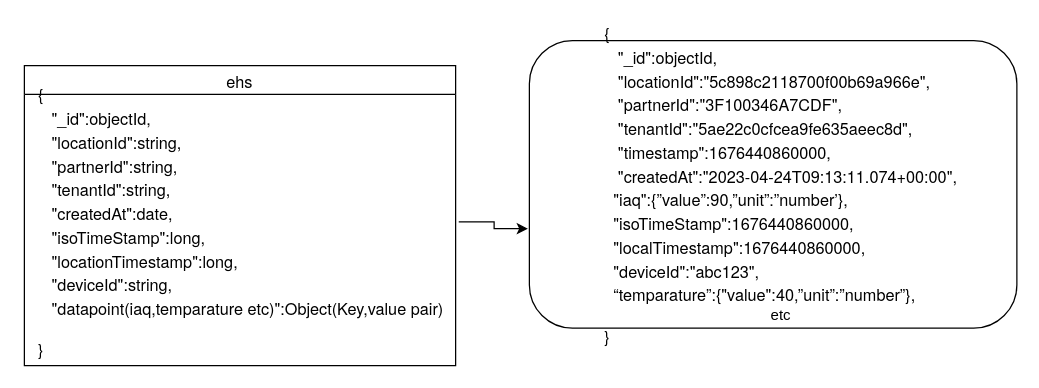
Before: src/main/java/com/wesco/model/Data model for wynd.drawio in wesco-chandanabuduru/common-entities, a draw.io diagram. Source tidied: cells renumbered, new cells numbered last; positions are measured from the earlier drawing's top-left corner, leaving out a move shared by most shapes. Both pictures are drawn from the tidied source at 125%, with x=0, y=0 at pixel (21, 34).
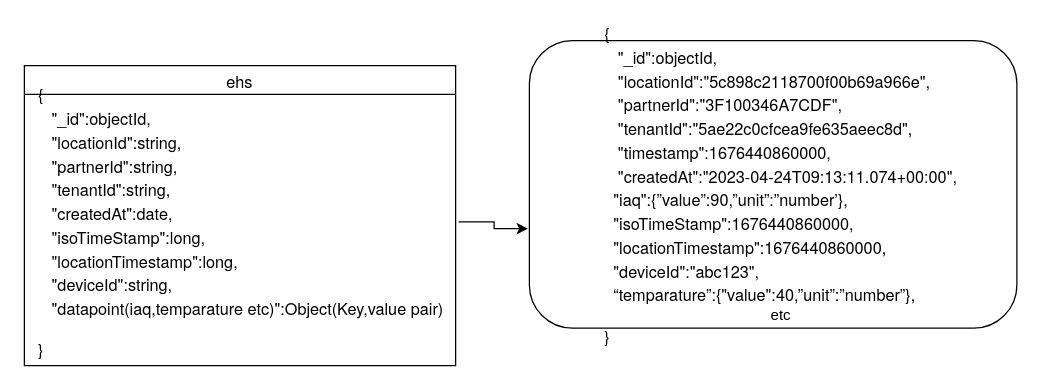
Above is the later version.

Change to the diagram source:
```diff
@@
 <mxGraphModel>
   <root>
     <mxCell id="0" />
     <mxCell id="1" parent="0" />
     <mxCell id="2" value="&lt;p style=&quot;margin: 0px; font-variant-numeric: normal; font-variant-east-asian: normal; font-variant-alternates: normal; font-kerning: auto; font-optical-sizing: auto; font-feature-settings: normal; font-variation-settings: normal; font-weight: 400; font-stretch: normal; font-size: 13px; line-height: normal; font-family: &amp;quot;Helvetica Neue&amp;quot;; text-align: start;&quot; class=&quot;p1&quot;&gt;ehs&lt;/p&gt;" style="swimlane;whiteSpace=wrap;html=1;" parent="1" vertex="1">
       <mxGeometry x="2" y="25" width="345" height="240" as="geometry" />
     </mxCell>
     <mxCell id="3" style="rounded=1;whiteSpace=wrap;html=1;" parent="1" vertex="1">
       <mxGeometry x="406" y="5" width="390" height="230" as="geometry" />
     </mxCell>
-    <mxCell id="4" value="&lt;p style=&quot;border-color: var(--border-color); font-variant-numeric: normal; font-variant-east-asian: normal; font-variant-alternates: normal; font-kerning: auto; font-optical-sizing: auto; font-feature-settings: normal; font-variation-settings: normal; font-stretch: normal; font-size: 13px; line-height: normal; font-family: &amp;quot;Helvetica Neue&amp;quot;; margin: 0px; text-align: start;&quot; class=&quot;p1&quot;&gt;{&lt;/p&gt;&lt;p style=&quot;border-color: var(--border-color); font-variant-numeric: normal; font-variant-east-asian: normal; font-variant-alternates: normal; font-kerning: auto; font-optical-sizing: auto; font-feature-settings: normal; font-variation-settings: normal; font-stretch: normal; font-size: 13px; line-height: normal; font-family: &amp;quot;Helvetica Neue&amp;quot;; margin: 0px; text-align: start;&quot; class=&quot;p1&quot;&gt;&amp;nbsp;&amp;nbsp; &quot;_id&quot;:objectId,&lt;/p&gt;&lt;p style=&quot;border-color: var(--border-color); font-variant-numeric: normal; font-variant-east-asian: normal; font-variant-alternates: normal; font-kerning: auto; font-optical-sizing: auto; font-feature-settings: normal; font-variation-settings: normal; font-stretch: normal; font-size: 13px; line-height: normal; font-family: &amp;quot;Helvetica Neue&amp;quot;; margin: 0px; text-align: start;&quot; class=&quot;p1&quot;&gt;&amp;nbsp;&amp;nbsp;&amp;nbsp;&quot;locationId&quot;:&quot;5c898c2118700f00b69a966e&quot;,&lt;/p&gt;&lt;p style=&quot;border-color: var(--border-color); font-variant-numeric: normal; font-variant-east-asian: normal; font-variant-alternates: normal; font-kerning: auto; font-optical-sizing: auto; font-feature-settings: normal; font-variation-settings: normal; font-stretch: normal; font-size: 13px; line-height: normal; font-family: &amp;quot;Helvetica Neue&amp;quot;; margin: 0px; text-align: start;&quot; class=&quot;p1&quot;&gt;&lt;span style=&quot;border-color: var(--border-color);&quot; class=&quot;Apple-converted-space&quot;&gt;&amp;nbsp;&amp;nbsp;&amp;nbsp;&lt;/span&gt;&quot;partnerId&quot;:&quot;3F100346A7CDF&quot;,&lt;/p&gt;&lt;p style=&quot;border-color: var(--border-color); font-variant-numeric: normal; font-variant-east-asian: normal; font-variant-alternates: normal; font-kerning: auto; font-optical-sizing: auto; font-feature-settings: normal; font-variation-settings: normal; font-stretch: normal; font-size: 13px; line-height: normal; font-family: &amp;quot;Helvetica Neue&amp;quot;; margin: 0px; text-align: start;&quot; class=&quot;p1&quot;&gt;&lt;span style=&quot;border-color: var(--border-color);&quot; class=&quot;Apple-converted-space&quot;&gt;&amp;nbsp;&amp;nbsp;&amp;nbsp;&lt;/span&gt;&quot;tenantId&quot;:&quot;5ae22c0cfcea9fe635aeec8d&quot;,&lt;/p&gt;&lt;p style=&quot;border-color: var(--border-color); font-variant-numeric: normal; font-variant-east-asian: normal; font-variant-alternates: normal; font-kerning: auto; font-optical-sizing: auto; font-feature-settings: normal; font-variation-settings: normal; font-stretch: normal; font-size: 13px; line-height: normal; font-family: &amp;quot;Helvetica Neue&amp;quot;; margin: 0px; text-align: start;&quot; class=&quot;p1&quot;&gt;&lt;span style=&quot;border-color: var(--border-color);&quot; class=&quot;Apple-converted-space&quot;&gt;&amp;nbsp;&amp;nbsp;&amp;nbsp;&lt;/span&gt;&quot;timestamp&quot;:1676440860000,&lt;/p&gt;&lt;p style=&quot;border-color: var(--border-color); font-variant-numeric: normal; font-variant-east-asian: normal; font-variant-alternates: normal; font-kerning: auto; font-optical-sizing: auto; font-feature-settings: normal; font-variation-settings: normal; font-stretch: normal; font-size: 13px; line-height: normal; font-family: &amp;quot;Helvetica Neue&amp;quot;; margin: 0px; text-align: start;&quot; class=&quot;p1&quot;&gt;&lt;span style=&quot;border-color: var(--border-color);&quot; class=&quot;Apple-converted-space&quot;&gt;&amp;nbsp;&amp;nbsp;&amp;nbsp;&lt;/span&gt;&quot;createdAt&quot;:&quot;2023-04-24T09:13:11.074+00:00&quot;,&lt;/p&gt;&lt;p style=&quot;border-color: var(--border-color); font-variant-numeric: normal; font-variant-east-asian: normal; font-variant-alternates: normal; font-kerning: auto; font-optical-sizing: auto; font-feature-settings: normal; font-variation-settings: normal; font-stretch: normal; font-size: 13px; line-height: normal; font-family: &amp;quot;Helvetica Neue&amp;quot;; margin: 0px; text-align: start;&quot; class=&quot;p1&quot;&gt;&amp;nbsp; &quot;iaq&lt;span style=&quot;background-color: initial;&quot;&gt;&quot;:{”value”:90,”unit”:”number’},&lt;/span&gt;&lt;/p&gt;&lt;p style=&quot;border-color: var(--border-color); font-variant-numeric: normal; font-variant-east-asian: normal; font-variant-alternates: normal; font-kerning: auto; font-optical-sizing: auto; font-feature-settings: normal; font-variation-settings: normal; font-stretch: normal; font-size: 13px; line-height: normal; font-family: &amp;quot;Helvetica Neue&amp;quot;; margin: 0px; text-align: start;&quot; class=&quot;p1&quot;&gt;&lt;span style=&quot;background-color: initial;&quot;&gt;&amp;nbsp; &quot;isoTimeStamp&quot;:1676440860000,&lt;/span&gt;&lt;/p&gt;&lt;p style=&quot;border-color: var(--border-color); font-variant-numeric: normal; font-variant-east-asian: normal; font-variant-alternates: normal; font-kerning: auto; font-optical-sizing: auto; font-feature-settings: normal; font-variation-settings: normal; font-stretch: normal; font-size: 13px; line-height: normal; font-family: &amp;quot;Helvetica Neue&amp;quot;; margin: 0px; text-align: start;&quot; class=&quot;p1&quot;&gt;&lt;span style=&quot;background-color: initial;&quot;&gt;&amp;nbsp; &quot;localTimestamp&quot;:1676440860000,&lt;/span&gt;&lt;/p&gt;&lt;p style=&quot;border-color: var(--border-color); font-variant-numeric: normal; font-variant-east-asian: normal; font-variant-alternates: normal; font-kerning: auto; font-optical-sizing: auto; font-feature-settings: normal; font-variation-settings: normal; font-stretch: normal; font-size: 13px; line-height: normal; font-family: &amp;quot;Helvetica Neue&amp;quot;; margin: 0px; text-align: start;&quot; class=&quot;p1&quot;&gt;&lt;span style=&quot;background-color: initial;&quot;&gt;&amp;nbsp; &quot;deviceId&quot;:&quot;abc123&quot;,&lt;/span&gt;&lt;/p&gt;&lt;p style=&quot;border-color: var(--border-color); font-variant-numeric: normal; font-variant-east-asian: normal; font-variant-alternates: normal; font-kerning: auto; font-optical-sizing: auto; font-feature-settings: normal; font-variation-settings: normal; font-stretch: normal; font-size: 13px; line-height: normal; font-family: &amp;quot;Helvetica Neue&amp;quot;; margin: 0px; text-align: start;&quot; class=&quot;p1&quot;&gt;&lt;span style=&quot;background-color: initial;&quot; class=&quot;Apple-converted-space&quot;&gt;&amp;nbsp;&amp;nbsp;&lt;/span&gt;&lt;span style=&quot;background-color: initial;&quot;&gt;“temparature”:{&quot;value&quot;:40,”unit”:”number”}&lt;/span&gt;,&lt;/p&gt;&lt;div style=&quot;border-color: var(--border-color);&quot;&gt;etc&lt;/div&gt;&lt;p style=&quot;border-color: var(--border-color); font-variant-numeric: normal; font-variant-east-asian: normal; font-variant-alternates: normal; font-kerning: auto; font-optical-sizing: auto; font-feature-settings: normal; font-variation-settings: normal; font-stretch: normal; font-size: 13px; line-height: normal; font-family: &amp;quot;Helvetica Neue&amp;quot;; margin: 0px; text-align: start;&quot; class=&quot;p1&quot;&gt;}&lt;/p&gt;" style="text;html=1;align=center;verticalAlign=middle;strokeColor=none;fillColor=none;" parent="1" vertex="1">
+    <mxCell id="4" value="&lt;p style=&quot;border-color: var(--border-color); font-variant-numeric: normal; font-variant-east-asian: normal; font-variant-alternates: normal; font-kerning: auto; font-optical-sizing: auto; font-feature-settings: normal; font-variation-settings: normal; font-stretch: normal; font-size: 13px; line-height: normal; font-family: &amp;quot;Helvetica Neue&amp;quot;; margin: 0px; text-align: start;&quot; class=&quot;p1&quot;&gt;{&lt;/p&gt;&lt;p style=&quot;border-color: var(--border-color); font-variant-numeric: normal; font-variant-east-asian: normal; font-variant-alternates: normal; font-kerning: auto; font-optical-sizing: auto; font-feature-settings: normal; font-variation-settings: normal; font-stretch: normal; font-size: 13px; line-height: normal; font-family: &amp;quot;Helvetica Neue&amp;quot;; margin: 0px; text-align: start;&quot; class=&quot;p1&quot;&gt;&amp;nbsp;&amp;nbsp; &quot;_id&quot;:objectId,&lt;/p&gt;&lt;p style=&quot;border-color: var(--border-color); font-variant-numeric: normal; font-variant-east-asian: normal; font-variant-alternates: normal; font-kerning: auto; font-optical-sizing: auto; font-feature-settings: normal; font-variation-settings: normal; font-stretch: normal; font-size: 13px; line-height: normal; font-family: &amp;quot;Helvetica Neue&amp;quot;; margin: 0px; text-align: start;&quot; class=&quot;p1&quot;&gt;&amp;nbsp;&amp;nbsp;&amp;nbsp;&quot;locationId&quot;:&quot;5c898c2118700f00b69a966e&quot;,&lt;/p&gt;&lt;p style=&quot;border-color: var(--border-color); font-variant-numeric: normal; font-variant-east-asian: normal; font-variant-alternates: normal; font-kerning: auto; font-optical-sizing: auto; font-feature-settings: normal; font-variation-settings: normal; font-stretch: normal; font-size: 13px; line-height: normal; font-family: &amp;quot;Helvetica Neue&amp;quot;; margin: 0px; text-align: start;&quot; class=&quot;p1&quot;&gt;&lt;span style=&quot;border-color: var(--border-color);&quot; class=&quot;Apple-converted-space&quot;&gt;&amp;nbsp;&amp;nbsp;&amp;nbsp;&lt;/span&gt;&quot;partnerId&quot;:&quot;3F100346A7CDF&quot;,&lt;/p&gt;&lt;p style=&quot;border-color: var(--border-color); font-variant-numeric: normal; font-variant-east-asian: normal; font-variant-alternates: normal; font-kerning: auto; font-optical-sizing: auto; font-feature-settings: normal; font-variation-settings: normal; font-stretch: normal; font-size: 13px; line-height: normal; font-family: &amp;quot;Helvetica Neue&amp;quot;; margin: 0px; text-align: start;&quot; class=&quot;p1&quot;&gt;&lt;span style=&quot;border-color: var(--border-color);&quot; class=&quot;Apple-converted-space&quot;&gt;&amp;nbsp;&amp;nbsp;&amp;nbsp;&lt;/span&gt;&quot;tenantId&quot;:&quot;5ae22c0cfcea9fe635aeec8d&quot;,&lt;/p&gt;&lt;p style=&quot;border-color: var(--border-color); font-variant-numeric: normal; font-variant-east-asian: normal; font-variant-alternates: normal; font-kerning: auto; font-optical-sizing: auto; font-feature-settings: normal; font-variation-settings: normal; font-stretch: normal; font-size: 13px; line-height: normal; font-family: &amp;quot;Helvetica Neue&amp;quot;; margin: 0px; text-align: start;&quot; class=&quot;p1&quot;&gt;&lt;span style=&quot;border-color: var(--border-color);&quot; class=&quot;Apple-converted-space&quot;&gt;&amp;nbsp;&amp;nbsp;&amp;nbsp;&lt;/span&gt;&quot;timestamp&quot;:1676440860000,&lt;/p&gt;&lt;p style=&quot;border-color: var(--border-color); font-variant-numeric: normal; font-variant-east-asian: normal; font-variant-alternates: normal; font-kerning: auto; font-optical-sizing: auto; font-feature-settings: normal; font-variation-settings: normal; font-stretch: normal; font-size: 13px; line-height: normal; font-family: &amp;quot;Helvetica Neue&amp;quot;; margin: 0px; text-align: start;&quot; class=&quot;p1&quot;&gt;&lt;span style=&quot;border-color: var(--border-color);&quot; class=&quot;Apple-converted-space&quot;&gt;&amp;nbsp;&amp;nbsp;&amp;nbsp;&lt;/span&gt;&quot;createdAt&quot;:&quot;2023-04-24T09:13:11.074+00:00&quot;,&lt;/p&gt;&lt;p style=&quot;border-color: var(--border-color); font-variant-numeric: normal; font-variant-east-asian: normal; font-variant-alternates: normal; font-kerning: auto; font-optical-sizing: auto; font-feature-settings: normal; font-variation-settings: normal; font-stretch: normal; font-size: 13px; line-height: normal; font-family: &amp;quot;Helvetica Neue&amp;quot;; margin: 0px; text-align: start;&quot; class=&quot;p1&quot;&gt;&amp;nbsp; &quot;iaq&lt;span style=&quot;background-color: initial;&quot;&gt;&quot;:{”value”:90,”unit”:”number’},&lt;/span&gt;&lt;/p&gt;&lt;p style=&quot;border-color: var(--border-color); font-variant-numeric: normal; font-variant-east-asian: normal; font-variant-alternates: normal; font-kerning: auto; font-optical-sizing: auto; font-feature-settings: normal; font-variation-settings: normal; font-stretch: normal; font-size: 13px; line-height: normal; font-family: &amp;quot;Helvetica Neue&amp;quot;; margin: 0px; text-align: start;&quot; class=&quot;p1&quot;&gt;&lt;span style=&quot;background-color: initial;&quot;&gt;&amp;nbsp; &quot;isoTimeStamp&quot;:1676440860000,&lt;/span&gt;&lt;/p&gt;&lt;p style=&quot;border-color: var(--border-color); font-variant-numeric: normal; font-variant-east-asian: normal; font-variant-alternates: normal; font-kerning: auto; font-optical-sizing: auto; font-feature-settings: normal; font-variation-settings: normal; font-stretch: normal; font-size: 13px; line-height: normal; font-family: &amp;quot;Helvetica Neue&amp;quot;; margin: 0px; text-align: start;&quot; class=&quot;p1&quot;&gt;&amp;nbsp; &quot;locationTimestamp&lt;span style=&quot;background-color: initial;&quot;&gt;&quot;:1676440860000,&lt;/span&gt;&lt;/p&gt;&lt;p style=&quot;border-color: var(--border-color); font-variant-numeric: normal; font-variant-east-asian: normal; font-variant-alternates: normal; font-kerning: auto; font-optical-sizing: auto; font-feature-settings: normal; font-variation-settings: normal; font-stretch: normal; font-size: 13px; line-height: normal; font-family: &amp;quot;Helvetica Neue&amp;quot;; margin: 0px; text-align: start;&quot; class=&quot;p1&quot;&gt;&lt;span style=&quot;background-color: initial;&quot;&gt;&amp;nbsp; &quot;deviceId&quot;:&quot;abc123&quot;,&lt;/span&gt;&lt;/p&gt;&lt;p style=&quot;border-color: var(--border-color); font-variant-numeric: normal; font-variant-east-asian: normal; font-variant-alternates: normal; font-kerning: auto; font-optical-sizing: auto; font-feature-settings: normal; font-variation-settings: normal; font-stretch: normal; font-size: 13px; line-height: normal; font-family: &amp;quot;Helvetica Neue&amp;quot;; margin: 0px; text-align: start;&quot; class=&quot;p1&quot;&gt;&lt;span style=&quot;background-color: initial;&quot; class=&quot;Apple-converted-space&quot;&gt;&amp;nbsp;&amp;nbsp;&lt;/span&gt;&lt;span style=&quot;background-color: initial;&quot;&gt;“temparature”:{&quot;value&quot;:40,”unit”:”number”}&lt;/span&gt;,&lt;/p&gt;&lt;div style=&quot;border-color: var(--border-color);&quot;&gt;etc&lt;/div&gt;&lt;p style=&quot;border-color: var(--border-color); font-variant-numeric: normal; font-variant-east-asian: normal; font-variant-alternates: normal; font-kerning: auto; font-optical-sizing: auto; font-feature-settings: normal; font-variation-settings: normal; font-stretch: normal; font-size: 13px; line-height: normal; font-family: &amp;quot;Helvetica Neue&amp;quot;; margin: 0px; text-align: start;&quot; class=&quot;p1&quot;&gt;}&lt;/p&gt;" style="text;html=1;align=center;verticalAlign=middle;strokeColor=none;fillColor=none;" parent="1" vertex="1">
       <mxGeometry x="452" width="310" height="240" as="geometry" />
     </mxCell>
     <mxCell id="5" style="edgeStyle=orthogonalEdgeStyle;rounded=0;jettySize=auto;html=1;entryX=-0.003;entryY=0.654;entryDx=0;entryDy=0;entryPerimeter=0;" parent="1" edge="1" source="6" target="3">
       <mxGeometry relative="1" as="geometry" />
     </mxCell>
     <mxCell id="6" value="&lt;p style=&quot;margin: 0px; font-variant-numeric: normal; font-variant-east-asian: normal; font-variant-alternates: normal; font-kerning: auto; font-optical-sizing: auto; font-feature-settings: normal; font-variation-settings: normal; font-stretch: normal; font-size: 13px; line-height: normal; font-family: &amp;quot;Helvetica Neue&amp;quot;; text-align: start;&quot; class=&quot;p1&quot;&gt;{&lt;/p&gt;&lt;p style=&quot;margin: 0px; font-variant-numeric: normal; font-variant-east-asian: normal; font-variant-alternates: normal; font-kerning: auto; font-optical-sizing: auto; font-feature-settings: normal; font-variation-settings: normal; font-stretch: normal; font-size: 13px; line-height: normal; font-family: &amp;quot;Helvetica Neue&amp;quot;; text-align: start;&quot; class=&quot;p1&quot;&gt;&amp;nbsp;&amp;nbsp; &quot;_id&quot;:objectId,&lt;/p&gt;&lt;p style=&quot;margin: 0px; font-variant-numeric: normal; font-variant-east-asian: normal; font-variant-alternates: normal; font-kerning: auto; font-optical-sizing: auto; font-feature-settings: normal; font-variation-settings: normal; font-stretch: normal; font-size: 13px; line-height: normal; font-family: &amp;quot;Helvetica Neue&amp;quot;; text-align: start;&quot; class=&quot;p1&quot;&gt;&lt;span class=&quot;Apple-converted-space&quot;&gt;&amp;nbsp;&amp;nbsp; &lt;/span&gt;&quot;locationId&quot;:string,&lt;/p&gt;&lt;p style=&quot;margin: 0px; font-variant-numeric: normal; font-variant-east-asian: normal; font-variant-alternates: normal; font-kerning: auto; font-optical-sizing: auto; font-feature-settings: normal; font-variation-settings: normal; font-stretch: normal; font-size: 13px; line-height: normal; font-family: &amp;quot;Helvetica Neue&amp;quot;; text-align: start;&quot; class=&quot;p1&quot;&gt;&lt;span class=&quot;Apple-converted-space&quot;&gt;&amp;nbsp;&amp;nbsp; &lt;/span&gt;&quot;partnerId&quot;:string,&lt;/p&gt;&lt;p style=&quot;margin: 0px; font-variant-numeric: normal; font-variant-east-asian: normal; font-variant-alternates: normal; font-kerning: auto; font-optical-sizing: auto; font-feature-settings: normal; font-variation-settings: normal; font-stretch: normal; font-size: 13px; line-height: normal; font-family: &amp;quot;Helvetica Neue&amp;quot;; text-align: start;&quot; class=&quot;p1&quot;&gt;&lt;span class=&quot;Apple-converted-space&quot;&gt;&amp;nbsp;&amp;nbsp; &lt;/span&gt;&quot;tenantId&quot;:string,&lt;/p&gt;&lt;p style=&quot;margin: 0px; font-variant-numeric: normal; font-variant-east-asian: normal; font-variant-alternates: normal; font-kerning: auto; font-optical-sizing: auto; font-feature-settings: normal; font-variation-settings: normal; font-stretch: normal; font-size: 13px; line-height: normal; font-family: &amp;quot;Helvetica Neue&amp;quot;; text-align: start;&quot; class=&quot;p1&quot;&gt;&lt;span class=&quot;Apple-converted-space&quot;&gt;&amp;nbsp;&amp;nbsp; &lt;/span&gt;&quot;createdAt&quot;:date,&lt;/p&gt;&lt;p style=&quot;margin: 0px; font-variant-numeric: normal; font-variant-east-asian: normal; font-variant-alternates: normal; font-kerning: auto; font-optical-sizing: auto; font-feature-settings: normal; font-variation-settings: normal; font-stretch: normal; font-size: 13px; line-height: normal; font-family: &amp;quot;Helvetica Neue&amp;quot;; text-align: start;&quot; class=&quot;p1&quot;&gt;&amp;nbsp; &amp;nbsp;&quot;isoTimeStamp&quot;:long,&lt;/p&gt;&lt;p style=&quot;margin: 0px; font-variant-numeric: normal; font-variant-east-asian: normal; font-variant-alternates: normal; font-kerning: auto; font-optical-sizing: auto; font-feature-settings: normal; font-variation-settings: normal; font-stretch: normal; font-size: 13px; line-height: normal; font-family: &amp;quot;Helvetica Neue&amp;quot;; text-align: start;&quot; class=&quot;p1&quot;&gt;&amp;nbsp; &amp;nbsp;&quot;locationTimestamp&quot;:long,&lt;/p&gt;&lt;p style=&quot;margin: 0px; font-variant-numeric: normal; font-variant-east-asian: normal; font-variant-alternates: normal; font-kerning: auto; font-optical-sizing: auto; font-feature-settings: normal; font-variation-settings: normal; font-stretch: normal; font-size: 13px; line-height: normal; font-family: &amp;quot;Helvetica Neue&amp;quot;; text-align: start;&quot; class=&quot;p1&quot;&gt;&amp;nbsp; &amp;nbsp;&quot;deviceId&quot;:string,&lt;/p&gt;&lt;p style=&quot;border-color: var(--border-color); font-variant-numeric: normal; font-variant-east-asian: normal; font-variant-alternates: normal; font-kerning: auto; font-optical-sizing: auto; font-feature-settings: normal; font-variation-settings: normal; font-stretch: normal; font-size: 13px; line-height: normal; font-family: &amp;quot;Helvetica Neue&amp;quot;; margin: 0px; text-align: start;&quot; class=&quot;p1&quot;&gt;&amp;nbsp; &amp;nbsp;&quot;datapoint(iaq,temparature etc)&quot;:Object(Key,value pair)&lt;/p&gt;&lt;div&gt;&lt;br&gt;&lt;/div&gt;&lt;p style=&quot;margin: 0px; font-variant-numeric: normal; font-variant-east-asian: normal; font-variant-alternates: normal; font-kerning: auto; font-optical-sizing: auto; font-feature-settings: normal; font-variation-settings: normal; font-stretch: normal; font-size: 13px; line-height: normal; font-family: &amp;quot;Helvetica Neue&amp;quot;; text-align: start;&quot; class=&quot;p1&quot;&gt;}&lt;/p&gt;" style="text;html=1;align=center;verticalAlign=middle;points=[];strokeColor=none;fillColor=none;" parent="1" vertex="1">
       <mxGeometry x="-0.5" y="50" width="350" height="200" as="geometry" />
     </mxCell>
   </root>
 </mxGraphModel>
```
